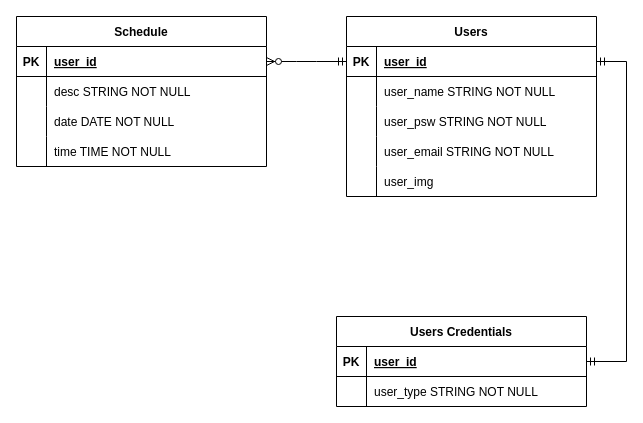
Above: Stories - DB diagram/DB.drawio in APaggiHitta/PM3 (draw.io), before the change. Source tidied: cells renumbered, new cells numbered last; positions are measured from the earlier drawing's top-left corner, leaving out a move shared by most shapes. Both pictures are drawn from the tidied source at 100%, with x=0, y=0 at pixel (16, 16).
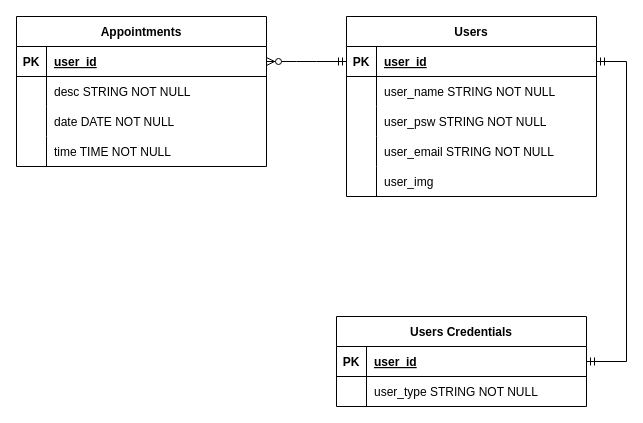
The same diagram, later.

Commit message:
Se modifica estructura tentativa de la base de datos en el diagrama de Draw.io

The edit, as a diff of the source:
```diff
@@
-    <mxCell id="25" value="Schedule" style="shape=table;startSize=30;childLayout=tableLayout;rowLines=0;fontStyle=1;align=center;" parent="1" vertex="1">
+    <mxCell id="25" value="Appointments" style="shape=table;startSize=30;childLayout=tableLayout;rowLines=0;fontStyle=1;align=center;" parent="1" vertex="1">
       <mxGeometry width="250" height="150" as="geometry" />
     </mxCell>
```
